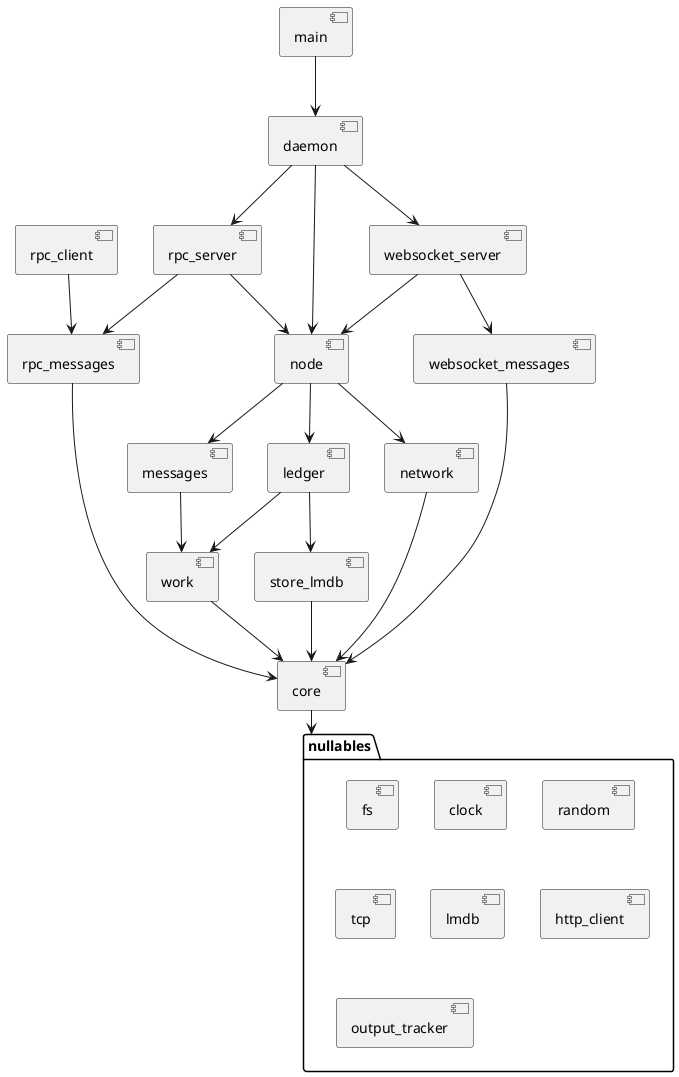
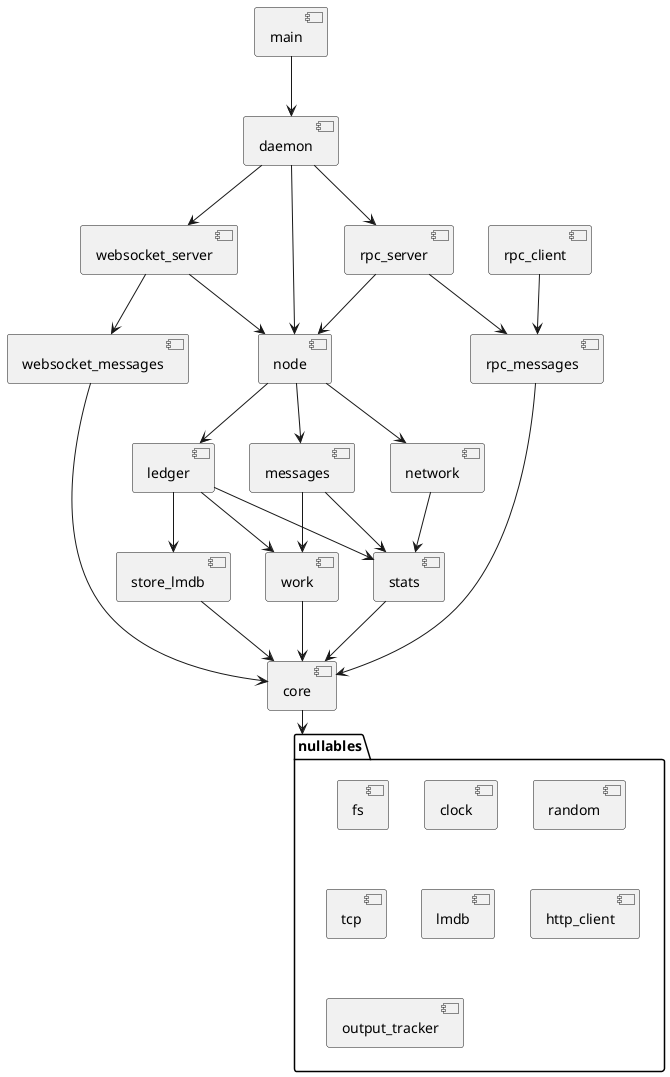
- @startuml "Split crates"
- 
+ @startuml
[core]
[work]
+ [stats]
[ledger]
[store_lmdb]
[messages]
[network]
[daemon]
[node]
[main]
[rpc_messages]
[rpc_server]
[rpc_client]
[websocket_messages]
[websocket_server]

folder "nullables"{
[fs]
[clock]
[random]
[tcp]
[lmdb]
[http_client]
[output_tracker]
}

[main] --> [daemon]
[daemon] --> [node]
[daemon] --> [rpc_server]
[daemon] --> [websocket_server]
[rpc_server] --> [node]
[rpc_server] --> [rpc_messages]
[rpc_client] --> [rpc_messages]
[rpc_messages] --> [core]
[node] --> [ledger]
[node] --> [messages]
[node] --> [network]
[websocket_server] --> [websocket_messages]
[websocket_server] --> [node]
[websocket_messages] --> [core]
[messages] --> [work]
- [network] --> [core]
+ [messages] --> [stats]
+ [network] --> [stats]
[ledger] --> [store_lmdb]
[ledger] --> [work]
+ [ledger] --> [stats]
[store_lmdb] --> [core]
[work] --> [core]
+ [stats] --> [core]
[core] --> "nullables"
- 
@enduml
